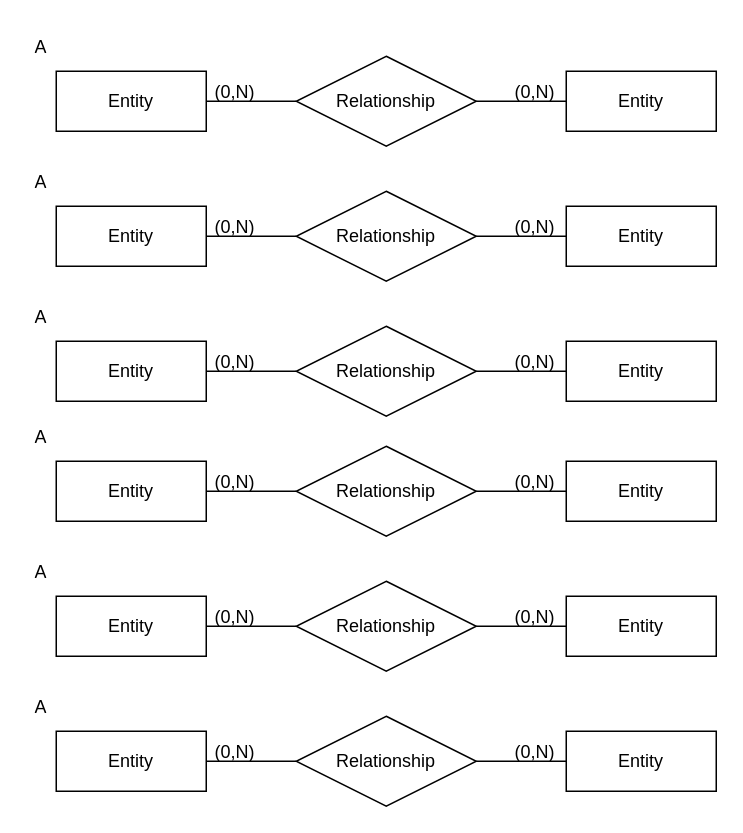
rebeccajanuario/MER keeps this draw.io diagram as Exercicio1.drawio. Above is the earlier version. Source tidied: cells renumbered, new cells numbered last; positions are measured from the earlier drawing's top-left corner, leaving out a move shared by most shapes. Both pictures are drawn from the tidied source at 150%, with x=0, y=0 at pixel (26, 26).
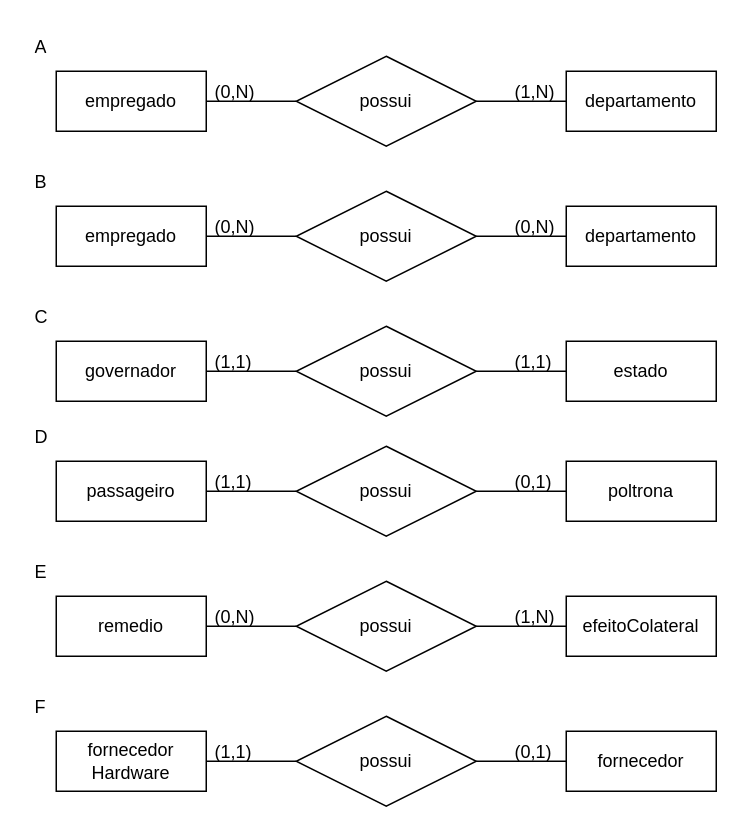
After the change.

What changed in the source:
```diff
@@
-    <mxCell id="2" value="Entity" style="whiteSpace=wrap;html=1;align=center;" parent="1" vertex="1">
+    <mxCell id="2" value="departamento" style="whiteSpace=wrap;html=1;align=center;" parent="1" vertex="1">
       <mxGeometry x="360" y="30" width="100" height="40" as="geometry" />
     </mxCell>
-    <mxCell id="3" value="Entity" style="whiteSpace=wrap;html=1;align=center;" parent="1" vertex="1">
+    <mxCell id="3" value="empregado" style="whiteSpace=wrap;html=1;align=center;" parent="1" vertex="1">
       <mxGeometry x="20" y="30" width="100" height="40" as="geometry" />
     </mxCell>
-    <mxCell id="4" value="Relationship" style="shape=rhombus;perimeter=rhombusPerimeter;whiteSpace=wrap;html=1;align=center;" parent="1" vertex="1">
+    <mxCell id="4" value="possui" style="shape=rhombus;perimeter=rhombusPerimeter;whiteSpace=wrap;html=1;align=center;" parent="1" vertex="1">
       <mxGeometry x="180" y="20" width="120" height="60" as="geometry" />
     </mxCell>
@@
-    <mxCell id="9" value="(0,N)" style="text;strokeColor=none;fillColor=none;spacingLeft=4;spacingRight=4;overflow=hidden;fontSize=12;whiteSpace=wrap;html=1;" parent="1" vertex="1">
+    <mxCell id="9" value="(1,N)" style="text;strokeColor=none;fillColor=none;spacingLeft=4;spacingRight=4;overflow=hidden;fontSize=12;whiteSpace=wrap;html=1;" parent="1" vertex="1">
       <mxGeometry x="320" y="30" width="40" height="30" as="geometry" />
     </mxCell>
-    <mxCell id="10" value="Entity" style="whiteSpace=wrap;html=1;align=center;" parent="1" vertex="1">
+    <mxCell id="10" value="departamento" style="whiteSpace=wrap;html=1;align=center;" parent="1" vertex="1">
       <mxGeometry x="360" y="120" width="100" height="40" as="geometry" />
     </mxCell>
-    <mxCell id="11" value="Entity" style="whiteSpace=wrap;html=1;align=center;" parent="1" vertex="1">
+    <mxCell id="11" value="empregado" style="whiteSpace=wrap;html=1;align=center;" parent="1" vertex="1">
       <mxGeometry x="20" y="120" width="100" height="40" as="geometry" />
     </mxCell>
-    <mxCell id="12" value="Relationship" style="shape=rhombus;perimeter=rhombusPerimeter;whiteSpace=wrap;html=1;align=center;" parent="1" vertex="1">
+    <mxCell id="12" value="possui" style="shape=rhombus;perimeter=rhombusPerimeter;whiteSpace=wrap;html=1;align=center;" parent="1" vertex="1">
       <mxGeometry x="180" y="110" width="120" height="60" as="geometry" />
     </mxCell>
@@
-    <mxCell id="15" value="A" style="text;strokeColor=none;fillColor=none;spacingLeft=4;spacingRight=4;overflow=hidden;fontSize=12;whiteSpace=wrap;html=1;" parent="1" vertex="1">
+    <mxCell id="15" value="B" style="text;strokeColor=none;fillColor=none;spacingLeft=4;spacingRight=4;overflow=hidden;fontSize=12;whiteSpace=wrap;html=1;" parent="1" vertex="1">
       <mxGeometry y="90" width="40" height="30" as="geometry" />
     </mxCell>
@@
-    <mxCell id="18" value="Entity" style="whiteSpace=wrap;html=1;align=center;" parent="1" vertex="1">
+    <mxCell id="18" value="estado" style="whiteSpace=wrap;html=1;align=center;" parent="1" vertex="1">
       <mxGeometry x="360" y="210" width="100" height="40" as="geometry" />
     </mxCell>
-    <mxCell id="19" value="Entity" style="whiteSpace=wrap;html=1;align=center;" parent="1" vertex="1">
+    <mxCell id="19" value="governador" style="whiteSpace=wrap;html=1;align=center;" parent="1" vertex="1">
       <mxGeometry x="20" y="210" width="100" height="40" as="geometry" />
     </mxCell>
-    <mxCell id="20" value="Relationship" style="shape=rhombus;perimeter=rhombusPerimeter;whiteSpace=wrap;html=1;align=center;" parent="1" vertex="1">
+    <mxCell id="20" value="possui" style="shape=rhombus;perimeter=rhombusPerimeter;whiteSpace=wrap;html=1;align=center;" parent="1" vertex="1">
       <mxGeometry x="180" y="200" width="120" height="60" as="geometry" />
     </mxCell>
@@
-    <mxCell id="23" value="A" style="text;strokeColor=none;fillColor=none;spacingLeft=4;spacingRight=4;overflow=hidden;fontSize=12;whiteSpace=wrap;html=1;" parent="1" vertex="1">
+    <mxCell id="23" value="C" style="text;strokeColor=none;fillColor=none;spacingLeft=4;spacingRight=4;overflow=hidden;fontSize=12;whiteSpace=wrap;html=1;" parent="1" vertex="1">
       <mxGeometry y="180" width="40" height="30" as="geometry" />
     </mxCell>
-    <mxCell id="24" value="(0,N)" style="text;strokeColor=none;fillColor=none;spacingLeft=4;spacingRight=4;overflow=hidden;fontSize=12;whiteSpace=wrap;html=1;" parent="1" vertex="1">
+    <mxCell id="24" value="(1,1)" style="text;strokeColor=none;fillColor=none;spacingLeft=4;spacingRight=4;overflow=hidden;fontSize=12;whiteSpace=wrap;html=1;" parent="1" vertex="1">
       <mxGeometry x="120" y="210" width="40" height="30" as="geometry" />
     </mxCell>
-    <mxCell id="25" value="(0,N)" style="text;strokeColor=none;fillColor=none;spacingLeft=4;spacingRight=4;overflow=hidden;fontSize=12;whiteSpace=wrap;html=1;" parent="1" vertex="1">
+    <mxCell id="25" value="(1,1)" style="text;strokeColor=none;fillColor=none;spacingLeft=4;spacingRight=4;overflow=hidden;fontSize=12;whiteSpace=wrap;html=1;" parent="1" vertex="1">
       <mxGeometry x="320" y="210" width="40" height="30" as="geometry" />
     </mxCell>
-    <mxCell id="26" value="Entity" style="whiteSpace=wrap;html=1;align=center;" parent="1" vertex="1">
+    <mxCell id="26" value="poltrona" style="whiteSpace=wrap;html=1;align=center;" parent="1" vertex="1">
       <mxGeometry x="360" y="290" width="100" height="40" as="geometry" />
     </mxCell>
-    <mxCell id="27" value="Entity" style="whiteSpace=wrap;html=1;align=center;" parent="1" vertex="1">
+    <mxCell id="27" value="passageiro" style="whiteSpace=wrap;html=1;align=center;" parent="1" vertex="1">
       <mxGeometry x="20" y="290" width="100" height="40" as="geometry" />
     </mxCell>
-    <mxCell id="28" value="Relationship" style="shape=rhombus;perimeter=rhombusPerimeter;whiteSpace=wrap;html=1;align=center;" parent="1" vertex="1">
+    <mxCell id="28" value="possui" style="shape=rhombus;perimeter=rhombusPerimeter;whiteSpace=wrap;html=1;align=center;" parent="1" vertex="1">
       <mxGeometry x="180" y="280" width="120" height="60" as="geometry" />
     </mxCell>
@@
-    <mxCell id="31" value="A" style="text;strokeColor=none;fillColor=none;spacingLeft=4;spacingRight=4;overflow=hidden;fontSize=12;whiteSpace=wrap;html=1;" parent="1" vertex="1">
+    <mxCell id="31" value="D" style="text;strokeColor=none;fillColor=none;spacingLeft=4;spacingRight=4;overflow=hidden;fontSize=12;whiteSpace=wrap;html=1;" parent="1" vertex="1">
       <mxGeometry y="260" width="50" height="30" as="geometry" />
     </mxCell>
-    <mxCell id="32" value="(0,N)" style="text;strokeColor=none;fillColor=none;spacingLeft=4;spacingRight=4;overflow=hidden;fontSize=12;whiteSpace=wrap;html=1;" parent="1" vertex="1">
+    <mxCell id="32" value="(1,1)" style="text;strokeColor=none;fillColor=none;spacingLeft=4;spacingRight=4;overflow=hidden;fontSize=12;whiteSpace=wrap;html=1;" parent="1" vertex="1">
       <mxGeometry x="120" y="290" width="40" height="30" as="geometry" />
     </mxCell>
-    <mxCell id="33" value="(0,N)" style="text;strokeColor=none;fillColor=none;spacingLeft=4;spacingRight=4;overflow=hidden;fontSize=12;whiteSpace=wrap;html=1;" parent="1" vertex="1">
+    <mxCell id="33" value="(0,1)" style="text;strokeColor=none;fillColor=none;spacingLeft=4;spacingRight=4;overflow=hidden;fontSize=12;whiteSpace=wrap;html=1;" parent="1" vertex="1">
       <mxGeometry x="320" y="290" width="40" height="30" as="geometry" />
     </mxCell>
-    <mxCell id="34" value="Entity" style="whiteSpace=wrap;html=1;align=center;" parent="1" vertex="1">
+    <mxCell id="34" value="efeitoColateral" style="whiteSpace=wrap;html=1;align=center;" parent="1" vertex="1">
       <mxGeometry x="360" y="380" width="100" height="40" as="geometry" />
     </mxCell>
-    <mxCell id="35" value="Entity" style="whiteSpace=wrap;html=1;align=center;" parent="1" vertex="1">
+    <mxCell id="35" value="remedio" style="whiteSpace=wrap;html=1;align=center;" parent="1" vertex="1">
       <mxGeometry x="20" y="380" width="100" height="40" as="geometry" />
     </mxCell>
-    <mxCell id="36" value="Relationship" style="shape=rhombus;perimeter=rhombusPerimeter;whiteSpace=wrap;html=1;align=center;" parent="1" vertex="1">
+    <mxCell id="36" value="possui" style="shape=rhombus;perimeter=rhombusPerimeter;whiteSpace=wrap;html=1;align=center;" parent="1" vertex="1">
       <mxGeometry x="180" y="370" width="120" height="60" as="geometry" />
     </mxCell>
@@
-    <mxCell id="39" value="A" style="text;strokeColor=none;fillColor=none;spacingLeft=4;spacingRight=4;overflow=hidden;fontSize=12;whiteSpace=wrap;html=1;" parent="1" vertex="1">
+    <mxCell id="39" value="E" style="text;strokeColor=none;fillColor=none;spacingLeft=4;spacingRight=4;overflow=hidden;fontSize=12;whiteSpace=wrap;html=1;" parent="1" vertex="1">
       <mxGeometry y="350" width="40" height="30" as="geometry" />
     </mxCell>
@@
-    <mxCell id="41" value="(0,N)" style="text;strokeColor=none;fillColor=none;spacingLeft=4;spacingRight=4;overflow=hidden;fontSize=12;whiteSpace=wrap;html=1;" parent="1" vertex="1">
+    <mxCell id="41" value="(1,N)" style="text;strokeColor=none;fillColor=none;spacingLeft=4;spacingRight=4;overflow=hidden;fontSize=12;whiteSpace=wrap;html=1;" parent="1" vertex="1">
       <mxGeometry x="320" y="380" width="40" height="30" as="geometry" />
     </mxCell>
-    <mxCell id="42" value="Entity" style="whiteSpace=wrap;html=1;align=center;" parent="1" vertex="1">
+    <mxCell id="42" value="fornecedor" style="whiteSpace=wrap;html=1;align=center;" parent="1" vertex="1">
       <mxGeometry x="360" y="470" width="100" height="40" as="geometry" />
     </mxCell>
-    <mxCell id="43" value="Entity" style="whiteSpace=wrap;html=1;align=center;" parent="1" vertex="1">
+    <mxCell id="43" value="fornecedor Hardware" style="whiteSpace=wrap;html=1;align=center;" parent="1" vertex="1">
       <mxGeometry x="20" y="470" width="100" height="40" as="geometry" />
     </mxCell>
-    <mxCell id="44" value="Relationship" style="shape=rhombus;perimeter=rhombusPerimeter;whiteSpace=wrap;html=1;align=center;" parent="1" vertex="1">
+    <mxCell id="44" value="possui" style="shape=rhombus;perimeter=rhombusPerimeter;whiteSpace=wrap;html=1;align=center;" parent="1" vertex="1">
       <mxGeometry x="180" y="460" width="120" height="60" as="geometry" />
     </mxCell>
@@
-    <mxCell id="47" value="A" style="text;strokeColor=none;fillColor=none;spacingLeft=4;spacingRight=4;overflow=hidden;fontSize=12;whiteSpace=wrap;html=1;" parent="1" vertex="1">
+    <mxCell id="47" value="F" style="text;strokeColor=none;fillColor=none;spacingLeft=4;spacingRight=4;overflow=hidden;fontSize=12;whiteSpace=wrap;html=1;" parent="1" vertex="1">
       <mxGeometry y="440" width="40" height="30" as="geometry" />
     </mxCell>
-    <mxCell id="48" value="(0,N)" style="text;strokeColor=none;fillColor=none;spacingLeft=4;spacingRight=4;overflow=hidden;fontSize=12;whiteSpace=wrap;html=1;" parent="1" vertex="1">
+    <mxCell id="48" value="(1,1)" style="text;strokeColor=none;fillColor=none;spacingLeft=4;spacingRight=4;overflow=hidden;fontSize=12;whiteSpace=wrap;html=1;" parent="1" vertex="1">
       <mxGeometry x="120" y="470" width="40" height="30" as="geometry" />
     </mxCell>
-    <mxCell id="49" value="(0,N)" style="text;strokeColor=none;fillColor=none;spacingLeft=4;spacingRight=4;overflow=hidden;fontSize=12;whiteSpace=wrap;html=1;" parent="1" vertex="1">
+    <mxCell id="49" value="(0,1)" style="text;strokeColor=none;fillColor=none;spacingLeft=4;spacingRight=4;overflow=hidden;fontSize=12;whiteSpace=wrap;html=1;" parent="1" vertex="1">
       <mxGeometry x="320" y="470" width="40" height="30" as="geometry" />
     </mxCell>
```
